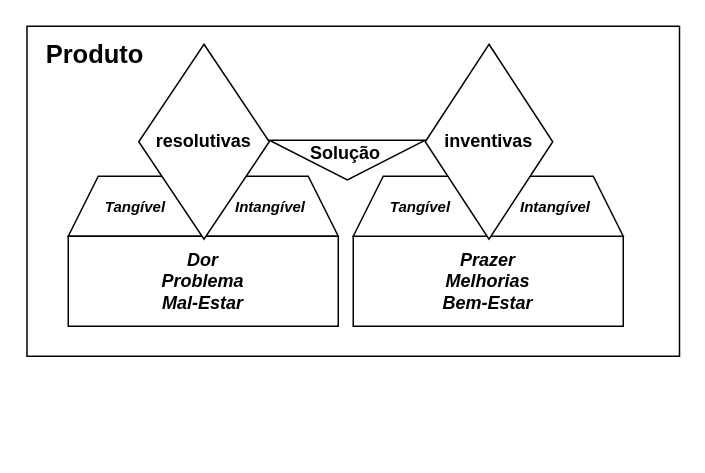
silvadias/TroubleScour keeps this draw.io diagram as Diagrama sem nome.drawio. Above is the earlier version. Source tidied: cells renumbered, new cells numbered last; positions are measured from the earlier drawing's top-left corner, leaving out a move shared by most shapes. Both pictures are drawn from the tidied source at 150%, with x=0, y=0 at pixel (26, 26).
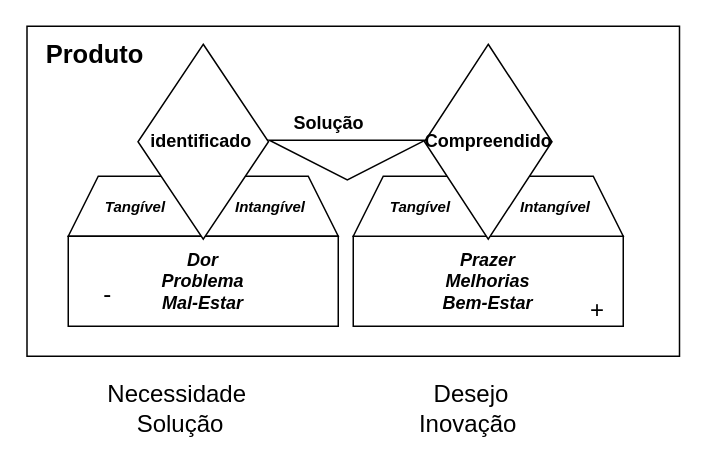
The same diagram, later.

Diff of the diagram source:
```diff
@@
 <mxGraphModel>
   <root>
     <mxCell id="0" />
     <mxCell id="1" parent="0" />
     <mxCell id="2" style="rounded=0;whiteSpace=wrap;html=1;" parent="1" vertex="1">
       <mxGeometry x="0.5" width="435" height="220" as="geometry" />
     </mxCell>
     <mxCell id="3" value="Tangível" style="shape=trapezoid;perimeter=trapezoidPerimeter;whiteSpace=wrap;html=1;fixedSize=1;fontStyle=3;fontSize=10;" parent="1" vertex="1">
       <mxGeometry x="28" y="100" width="90" height="40" as="geometry" />
     </mxCell>
     <mxCell id="4" value="Intangível" style="shape=trapezoid;perimeter=trapezoidPerimeter;whiteSpace=wrap;html=1;fixedSize=1;fontStyle=3;fontSize=10;" parent="1" vertex="1">
       <mxGeometry x="118" y="100" width="90" height="40" as="geometry" />
     </mxCell>
     <mxCell id="5" value="Dor&lt;div&gt;Problema&lt;/div&gt;&lt;div&gt;Mal-Estar&lt;/div&gt;" style="rounded=0;whiteSpace=wrap;html=1;fontStyle=3;" parent="1" vertex="1">
       <mxGeometry x="28" y="140" width="180" height="60" as="geometry" />
     </mxCell>
     <mxCell id="6" value="&lt;div&gt;Prazer&lt;/div&gt;&lt;div&gt;Melhorias&lt;/div&gt;&lt;div&gt;Bem-Estar&lt;/div&gt;" style="rounded=0;whiteSpace=wrap;html=1;fontStyle=3;" parent="1" vertex="1">
       <mxGeometry x="218" y="140" width="180" height="60" as="geometry" />
     </mxCell>
     <mxCell id="7" value="Tangível" style="shape=trapezoid;perimeter=trapezoidPerimeter;whiteSpace=wrap;html=1;fixedSize=1;fontStyle=3;fontSize=10;" parent="1" vertex="1">
       <mxGeometry x="218" y="100" width="90" height="40" as="geometry" />
     </mxCell>
     <mxCell id="8" value="Intangível" style="shape=trapezoid;perimeter=trapezoidPerimeter;whiteSpace=wrap;html=1;fixedSize=1;fontStyle=3;fontSize=10;" parent="1" vertex="1">
       <mxGeometry x="308" y="100" width="90" height="40" as="geometry" />
     </mxCell>
-    <mxCell id="9" value="resolutivas" style="rhombus;whiteSpace=wrap;html=1;fontStyle=1;" parent="1" vertex="1">
-      <mxGeometry x="75" y="12" width="87" height="130" as="geometry" />
+    <mxCell id="9" value="identificado&amp;nbsp;" style="rhombus;whiteSpace=wrap;html=1;fontStyle=1;" parent="1" vertex="1">
+      <mxGeometry x="74.5" y="12" width="87" height="130" as="geometry" />
     </mxCell>
-    <mxCell id="10" value="inventivas" style="rhombus;whiteSpace=wrap;html=1;fontStyle=1;" parent="1" vertex="1">
-      <mxGeometry x="266" y="12" width="85" height="130" as="geometry" />
+    <mxCell id="10" value="Compreendido" style="rhombus;whiteSpace=wrap;html=1;fontStyle=1;" parent="1" vertex="1">
+      <mxGeometry x="265.5" y="12" width="85" height="130" as="geometry" />
     </mxCell>
     <mxCell id="11" style="triangle;whiteSpace=wrap;html=1;rotation=90;" parent="1" vertex="1">
       <mxGeometry x="200.8" y="37.2" width="26.5" height="104" as="geometry" />
     </mxCell>
     <mxCell id="12" value="Solução" style="text;html=1;align=center;verticalAlign=middle;whiteSpace=wrap;rounded=1;fontStyle=1;" parent="1" vertex="1">
-      <mxGeometry x="183" y="70" width="60" height="30" as="geometry" />
+      <mxGeometry x="172" y="50" width="60" height="30" as="geometry" />
     </mxCell>
     <mxCell id="13" value="Produto" style="text;html=1;align=center;verticalAlign=middle;whiteSpace=wrap;rounded=0;fontSize=17;fontStyle=1;" parent="1" vertex="1">
       <mxGeometry x="0.5" width="90" height="40" as="geometry" />
     </mxCell>
+    <mxCell id="14" value="+" style="text;html=1;align=center;verticalAlign=middle;whiteSpace=wrap;rounded=0;fontSize=16;" parent="1" vertex="1">
+      <mxGeometry x="350.5" y="178" width="60" height="22" as="geometry" />
+    </mxCell>
+    <mxCell id="15" value="-" style="text;html=1;align=center;verticalAlign=middle;whiteSpace=wrap;rounded=0;fontSize=16;rotation=0;" parent="1" vertex="1">
+      <mxGeometry x="28" y="155" width="53" height="45" as="geometry" />
+    </mxCell>
+    <mxCell id="16" value="Desejo&lt;div&gt;Inovação&amp;nbsp;&lt;/div&gt;" style="text;strokeColor=none;align=center;fillColor=none;html=1;verticalAlign=middle;whiteSpace=wrap;rounded=0;fontSize=16;" parent="1" vertex="1">
+      <mxGeometry x="248" y="230" width="97.5" height="50" as="geometry" />
+    </mxCell>
+    <mxCell id="17" value="Necessidade&amp;nbsp;&lt;div&gt;Solução&lt;/div&gt;" style="text;strokeColor=none;align=center;fillColor=none;html=1;verticalAlign=middle;whiteSpace=wrap;rounded=0;fontSize=16;" parent="1" vertex="1">
+      <mxGeometry x="58" y="240" width="90" height="30" as="geometry" />
+    </mxCell>
   </root>
 </mxGraphModel>
```
